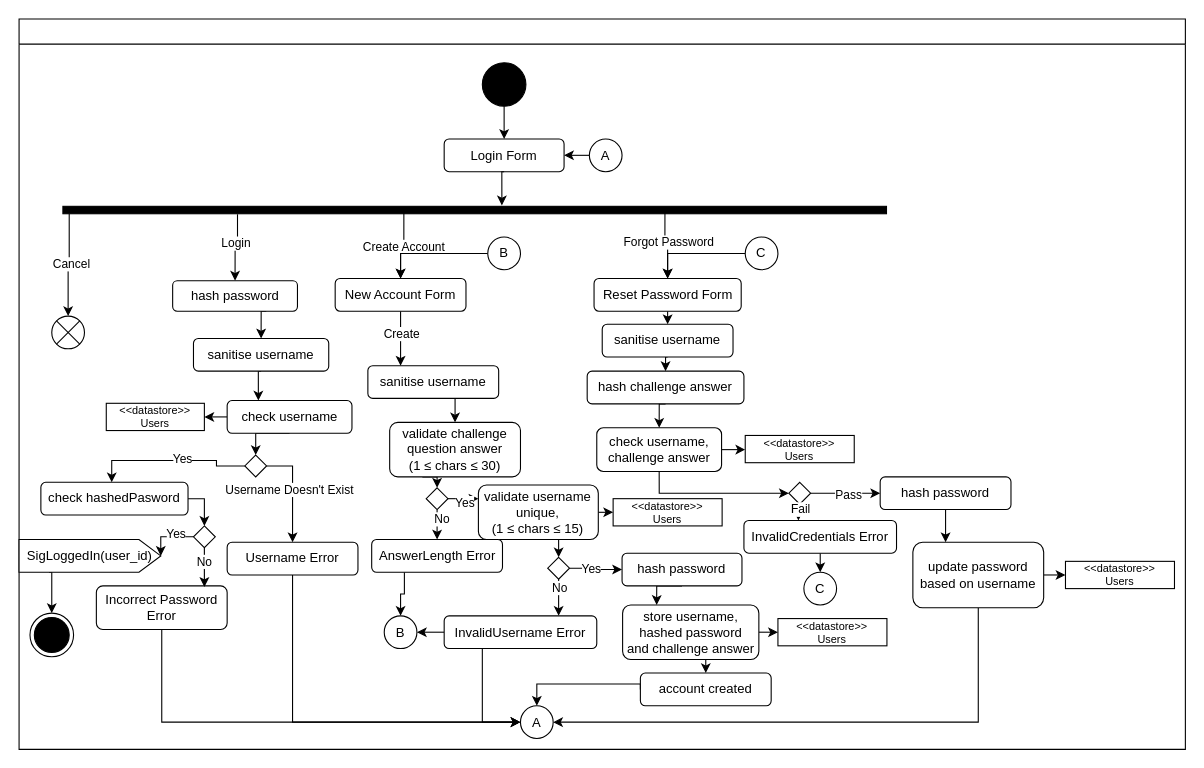
The draw.io diagram Documentation/images/design/Login_System.drawio in JCSnelson/JSnelson-NEA, before the edit. Source tidied: cells renumbered, new cells numbered last; positions are measured from the earlier drawing's top-left corner, leaving out a move shared by most shapes. Both pictures are drawn from the tidied source at 109%, with x=0, y=0 at pixel (19, -203).
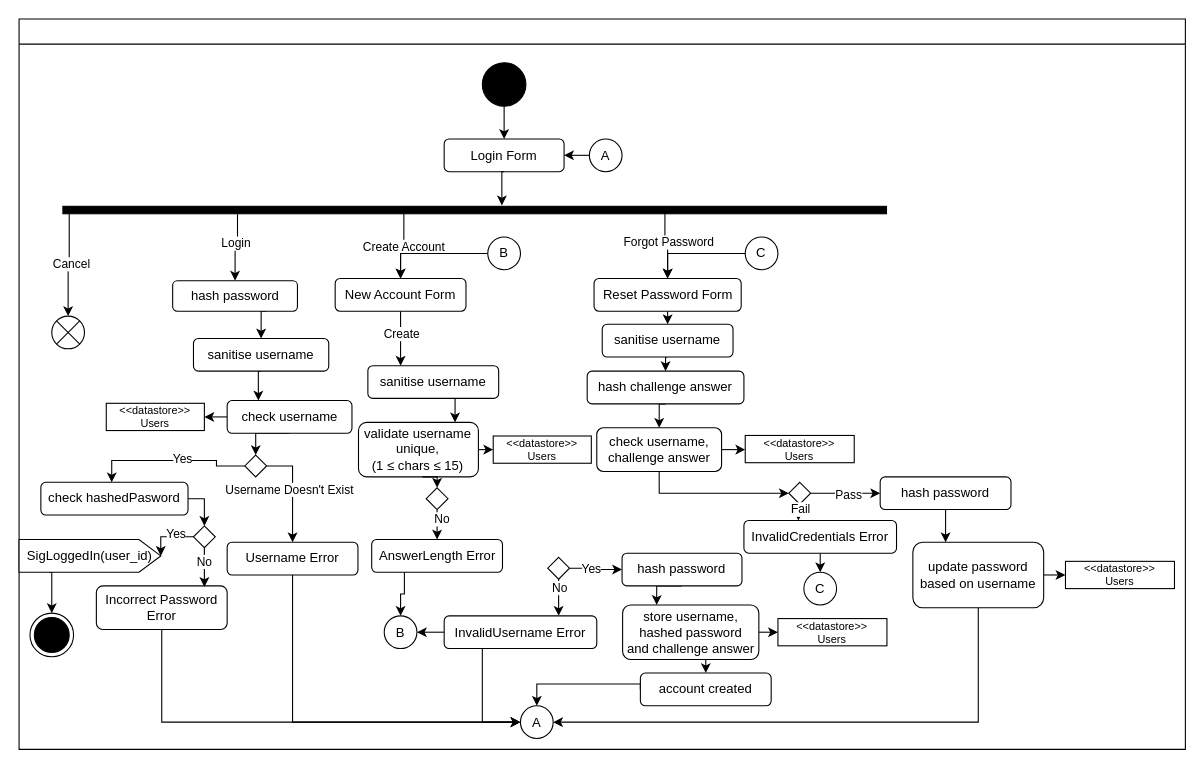
After the change.

Unchanged cells that the change refers to:
```xml
<mxCell id="2" style="swimlane;whiteSpace=wrap;" parent="1" vertex="1">
  <mxGeometry y="203" width="1070" height="670" as="geometry" />
</mxCell>
<mxCell id="32" value="sanitise username" style="rounded=1;whiteSpace=wrap;html=1;" parent="2" vertex="1">
  <mxGeometry x="320" y="318" width="120" height="30" as="geometry" />
</mxCell>
<mxCell id="44" style="rhombus;whiteSpace=wrap;html=1;" parent="2" vertex="1">
  <mxGeometry x="485" y="493.8" width="20" height="20" as="geometry" />
</mxCell>
<mxCell id="65" style="rhombus;whiteSpace=wrap;html=1;" parent="2" vertex="1">
  <mxGeometry x="373.5" y="430" width="20" height="20" as="geometry" />
</mxCell>
```

Diff of the diagram source:
```diff
@@
-    <mxCell id="31" style="edgeStyle=orthogonalEdgeStyle;rounded=0;jettySize=auto;html=1;exitX=0.5;exitY=1;exitDx=0;exitDy=0;entryX=0.5;entryY=0;entryDx=0;entryDy=0;" parent="2" edge="1" source="32" target="60">
-      <mxGeometry relative="1" as="geometry" />
+    <mxCell id="31" style="edgeStyle=orthogonalEdgeStyle;rounded=0;jettySize=auto;html=1;exitX=0.5;exitY=1;exitDx=0;exitDy=0;entryX=0.5;entryY=0;entryDx=0;entryDy=0;" parent="2" edge="1" source="32">
+      <mxGeometry relative="1" as="geometry">
+        <mxPoint x="400" y="370" as="targetPoint" />
+      </mxGeometry>
     </mxCell>
@@
-    <mxCell id="36" style="edgeStyle=orthogonalEdgeStyle;rounded=0;jettySize=auto;html=1;exitX=0.5;exitY=1;exitDx=0;exitDy=0;entryX=0.5;entryY=0;entryDx=0;entryDy=0;" parent="2" edge="1" source="38" target="44">
-      <mxGeometry relative="1" as="geometry" />
-    </mxCell>
@@
     <mxCell id="38" value="&lt;div&gt;validate username&lt;/div&gt;&lt;div&gt;unique,&lt;br&gt;&lt;/div&gt;&lt;div&gt;(1 ≤ chars ≤ 15)&lt;br&gt;&lt;/div&gt;" style="rounded=1;whiteSpace=wrap;html=1;" parent="2" vertex="1">
-      <mxGeometry x="421.4" y="427.5" width="110" height="50" as="geometry" />
+      <mxGeometry x="311.4" y="370" width="110" height="50" as="geometry" />
     </mxCell>
@@
     <mxCell id="54" value="&lt;div style=&quot;font-size: 10px;&quot;&gt;&lt;font style=&quot;font-size: 10px;&quot;&gt;&amp;lt;&amp;lt;datastore&amp;gt;&amp;gt;&lt;/font&gt;&lt;/div&gt;&lt;div style=&quot;font-size: 10px;&quot;&gt;&lt;font style=&quot;font-size: 10px;&quot;&gt;Users&lt;br&gt;&lt;/font&gt;&lt;/div&gt;" style="rounded=0;whiteSpace=wrap;html=1;" parent="2" vertex="1">
-      <mxGeometry x="545" y="440" width="100" height="25" as="geometry" />
+      <mxGeometry x="435" y="382.5" width="90" height="25" as="geometry" />
     </mxCell>
@@
-    <mxCell id="59" style="edgeStyle=orthogonalEdgeStyle;rounded=0;jettySize=auto;html=1;exitX=0.25;exitY=1;exitDx=0;exitDy=0;entryX=0.5;entryY=0;entryDx=0;entryDy=0;" parent="2" edge="1" source="60" target="65">
-      <mxGeometry relative="1" as="geometry" />
+    <mxCell id="59" style="edgeStyle=orthogonalEdgeStyle;rounded=0;jettySize=auto;html=1;exitX=0.25;exitY=1;exitDx=0;exitDy=0;entryX=0.5;entryY=0;entryDx=0;entryDy=0;" parent="2" edge="1" target="65">
+      <mxGeometry relative="1" as="geometry">
+        <mxPoint x="370" y="420" as="sourcePoint" />
+      </mxGeometry>
     </mxCell>
-    <mxCell id="60" value="&lt;div&gt;validate challenge question answer&lt;/div&gt;&lt;div&gt;(1 ≤ chars ≤ 30)&lt;/div&gt;" style="rounded=1;whiteSpace=wrap;html=1;" parent="2" vertex="1">
-      <mxGeometry x="340" y="370" width="120" height="50" as="geometry" />
-    </mxCell>
-    <mxCell id="61" style="edgeStyle=orthogonalEdgeStyle;rounded=0;jettySize=auto;html=1;exitX=1;exitY=0.5;exitDx=0;exitDy=0;entryX=0;entryY=0.25;entryDx=0;entryDy=0;" parent="2" edge="1" source="65" target="38">
-      <mxGeometry relative="1" as="geometry" />
-    </mxCell>
-    <mxCell id="62" value="Yes" style="edgeLabel;html=1;align=center;verticalAlign=middle;" parent="61" vertex="1">
-      <mxGeometry x="-0.01" y="-3" relative="1" as="geometry">
-        <mxPoint x="1" as="offset" />
-      </mxGeometry>
-    </mxCell>
```
